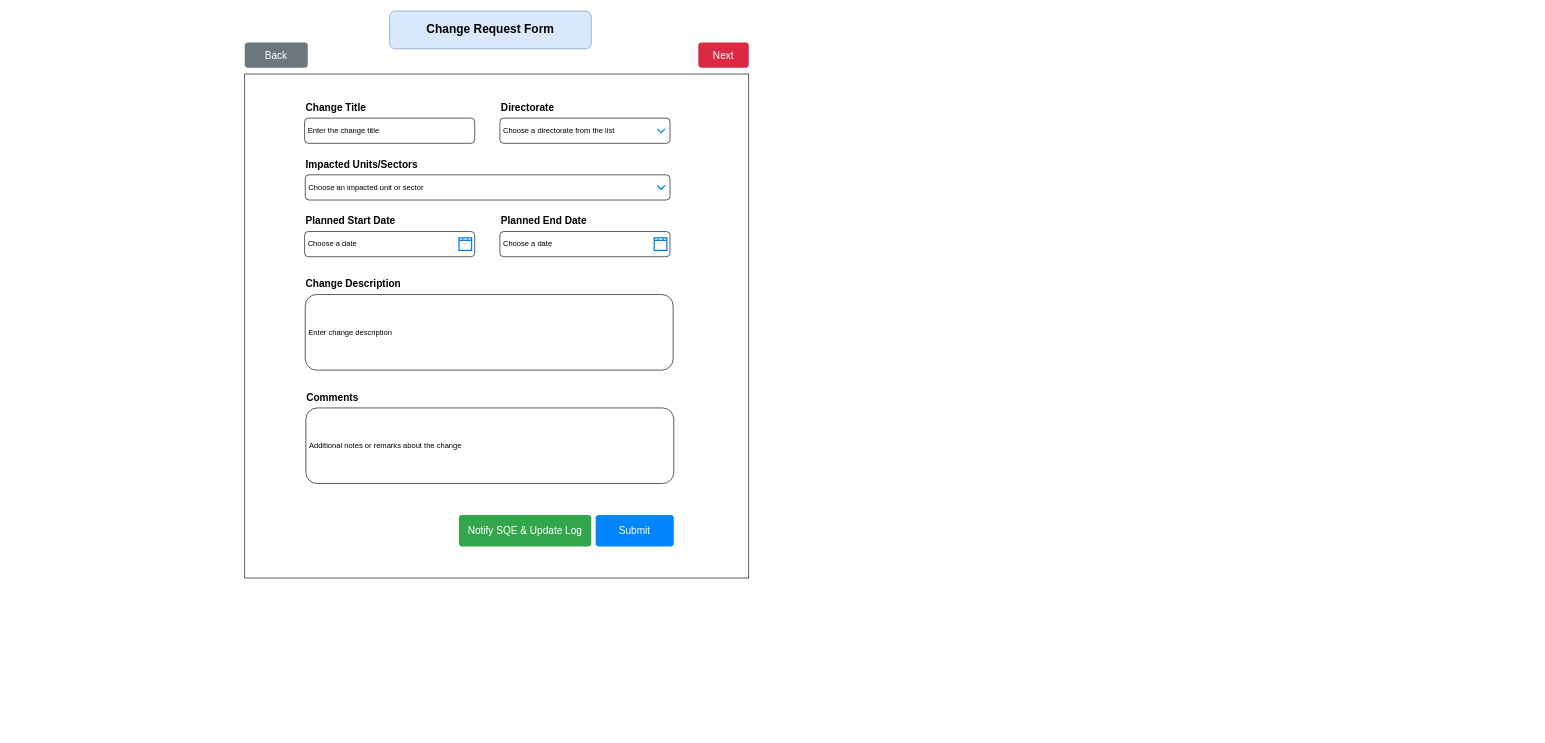
Before: page "Change Request" (2 of 4) of SQE.drawio in AvikM1996/draw.io, a draw.io diagram. Source tidied: cells renumbered, new cells numbered last; positions are measured from the earlier drawing's top-left corner, leaving out a move shared by most shapes. Both pictures are drawn from the tidied source at 63%, with x=0, y=0 at pixel (244, 11).
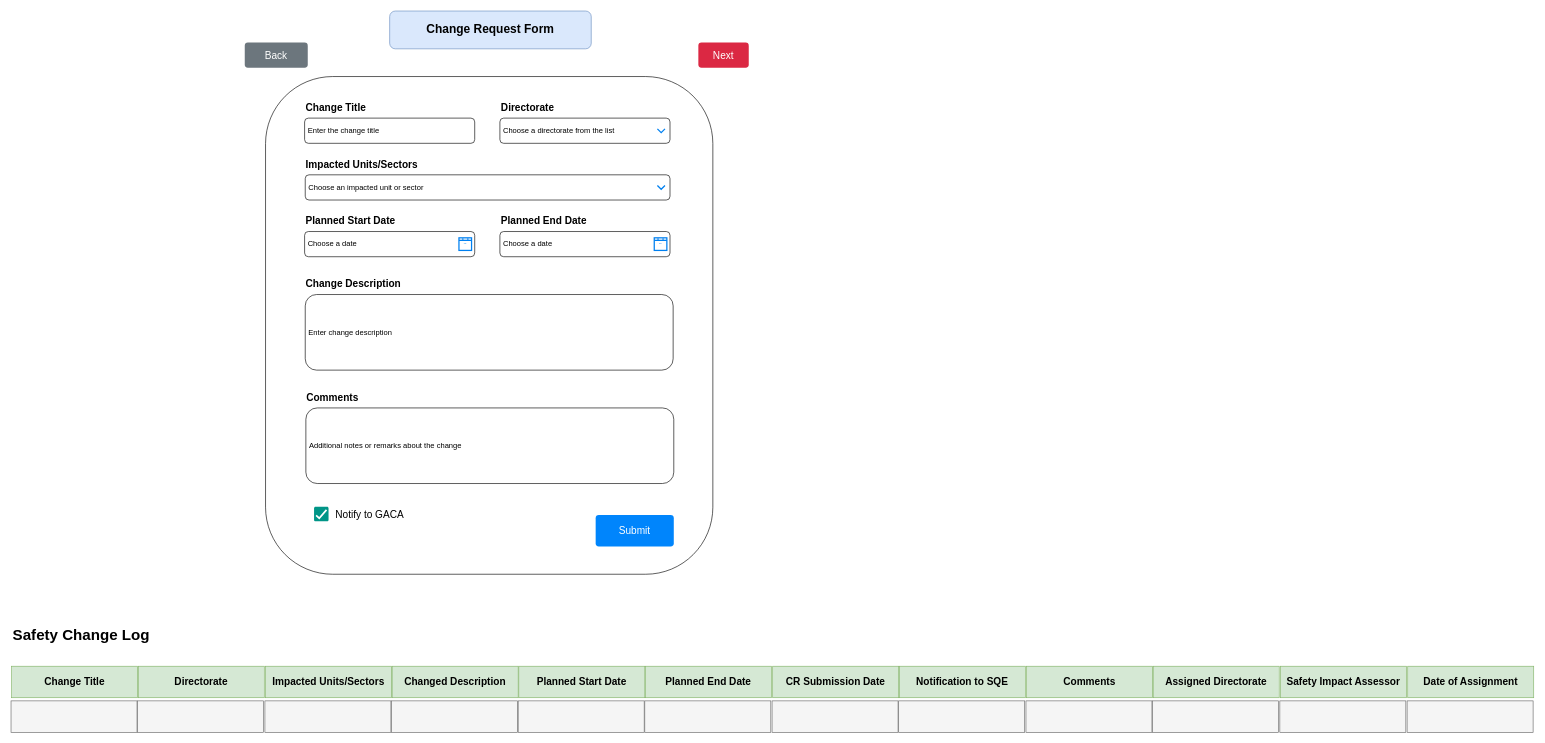
Above is the later version.

What changed in the source:
```diff
@@
-    <mxCell id="2" style="whiteSpace=wrap;html=1;" parent="1" vertex="1">
-      <mxGeometry y="100" width="800" height="800" as="geometry" />
-    </mxCell>
+    <mxCell id="26" style="rounded=1;whiteSpace=wrap;html=1;" parent="1" vertex="1">
+      <mxGeometry x="33" y="104" width="710" height="790" as="geometry" />
+    </mxCell>
@@
-    <mxCell id="22" value="Notify SQE &amp;amp; Update Log" style="html=1;shadow=0;dashed=0;shape=mxgraph.bootstrap.rrect;rSize=5;strokeColor=none;strokeWidth=1;fillColor=#33A64C;fontColor=#FFFFFF;whiteSpace=wrap;align=center;verticalAlign=middle;spacingLeft=0;fontStyle=0;fontSize=16;spacing=5;" parent="1" vertex="1">
-      <mxGeometry x="340" y="800" width="210" height="50" as="geometry" />
-    </mxCell>
@@
+    <mxCell id="27" value="&lt;h1 style=&quot;margin-top: 0px;&quot;&gt;Safety Change Log&lt;/h1&gt;&lt;p&gt;&lt;br&gt;&lt;/p&gt;" style="text;html=1;whiteSpace=wrap;overflow=hidden;rounded=0;" parent="1" vertex="1">
+      <mxGeometry x="-370" y="970" width="780" height="60" as="geometry" />
+    </mxCell>
+    <mxCell id="28" value="&lt;b&gt;&lt;font style=&quot;font-size: 16px;&quot;&gt;Change Title&lt;/font&gt;&lt;/b&gt;" style="rounded=0;whiteSpace=wrap;html=1;fillColor=#d5e8d4;strokeColor=#82b366;" parent="1" vertex="1">
+      <mxGeometry x="-370" y="1040" width="200" height="50" as="geometry" />
+    </mxCell>
+    <mxCell id="29" value="&lt;b&gt;&lt;font style=&quot;font-size: 16px;&quot;&gt;Directorate&lt;/font&gt;&lt;/b&gt;" style="rounded=0;whiteSpace=wrap;html=1;fillColor=#d5e8d4;strokeColor=#82b366;" parent="1" vertex="1">
+      <mxGeometry x="-169" y="1040" width="200" height="50" as="geometry" />
+    </mxCell>
+    <mxCell id="30" value="&lt;b&gt;&lt;font style=&quot;font-size: 16px;&quot;&gt;Impacted Units/Sectors&lt;/font&gt;&lt;/b&gt;" style="rounded=0;whiteSpace=wrap;html=1;fillColor=#d5e8d4;strokeColor=#82b366;" parent="1" vertex="1">
+      <mxGeometry x="33" y="1040" width="200" height="50" as="geometry" />
+    </mxCell>
+    <mxCell id="31" value="&lt;b&gt;&lt;font style=&quot;font-size: 16px;&quot;&gt;Changed Description&lt;/font&gt;&lt;/b&gt;" style="rounded=0;whiteSpace=wrap;html=1;fillColor=#d5e8d4;strokeColor=#82b366;" parent="1" vertex="1">
+      <mxGeometry x="234" y="1040" width="200" height="50" as="geometry" />
+    </mxCell>
+    <mxCell id="32" value="&lt;b&gt;&lt;font style=&quot;font-size: 16px;&quot;&gt;Planned Start Date&lt;/font&gt;&lt;/b&gt;" style="rounded=0;whiteSpace=wrap;html=1;fillColor=#d5e8d4;strokeColor=#82b366;" parent="1" vertex="1">
+      <mxGeometry x="435" y="1040" width="200" height="50" as="geometry" />
+    </mxCell>
+    <mxCell id="33" value="&lt;b&gt;&lt;font style=&quot;font-size: 16px;&quot;&gt;Planned End Date&lt;/font&gt;&lt;/b&gt;" style="rounded=0;whiteSpace=wrap;html=1;fillColor=#d5e8d4;strokeColor=#82b366;" parent="1" vertex="1">
+      <mxGeometry x="636" y="1040" width="200" height="50" as="geometry" />
+    </mxCell>
+    <mxCell id="34" value="&lt;b&gt;&lt;font style=&quot;font-size: 16px;&quot;&gt;CR Submission Date&lt;/font&gt;&lt;/b&gt;" style="rounded=0;whiteSpace=wrap;html=1;fillColor=#d5e8d4;strokeColor=#82b366;" parent="1" vertex="1">
+      <mxGeometry x="838" y="1040" width="200" height="50" as="geometry" />
+    </mxCell>
+    <mxCell id="35" value="&lt;b&gt;&lt;font style=&quot;font-size: 16px;&quot;&gt;Notification to SQE&lt;/font&gt;&lt;/b&gt;" style="rounded=0;whiteSpace=wrap;html=1;fillColor=#d5e8d4;strokeColor=#82b366;" parent="1" vertex="1">
+      <mxGeometry x="1039" y="1040" width="200" height="50" as="geometry" />
+    </mxCell>
+    <mxCell id="36" value="&lt;b&gt;&lt;font style=&quot;font-size: 16px;&quot;&gt;Comments&lt;/font&gt;&lt;/b&gt;" style="rounded=0;whiteSpace=wrap;html=1;fillColor=#d5e8d4;strokeColor=#82b366;" parent="1" vertex="1">
+      <mxGeometry x="1241" y="1040" width="200" height="50" as="geometry" />
+    </mxCell>
+    <mxCell id="37" style="dashed=0;labelPosition=right;align=left;shape=mxgraph.gmdl.checkbox;strokeColor=none;fillColor=#009587;strokeWidth=2;sketch=0;html=1;" parent="1" vertex="1">
+      <mxGeometry x="110" y="787" width="23" height="23" as="geometry" />
+    </mxCell>
+    <mxCell id="38" value="&lt;font style=&quot;font-size: 16px;&quot;&gt;Notify to GACA&lt;/font&gt;" style="text;html=1;align=center;verticalAlign=middle;strokeColor=none;fillColor=none;" parent="1" vertex="1">
+      <mxGeometry x="133" y="783.5" width="130" height="30" as="geometry" />
+    </mxCell>
+    <mxCell id="39" value="&lt;b&gt;&lt;font style=&quot;font-size: 16px;&quot;&gt;Assigned Directorate&lt;/font&gt;&lt;/b&gt;" style="rounded=0;whiteSpace=wrap;html=1;fillColor=#d5e8d4;strokeColor=#82b366;" parent="1" vertex="1">
+      <mxGeometry x="1442" y="1040" width="200" height="50" as="geometry" />
+    </mxCell>
+    <mxCell id="40" value="&lt;b&gt;&lt;font style=&quot;font-size: 16px;&quot;&gt;Safety Impact Assessor&lt;/font&gt;&lt;/b&gt;" style="rounded=0;whiteSpace=wrap;html=1;fillColor=#d5e8d4;strokeColor=#82b366;" parent="1" vertex="1">
+      <mxGeometry x="1644" y="1040" width="200" height="50" as="geometry" />
+    </mxCell>
+    <mxCell id="41" value="&lt;b&gt;&lt;font style=&quot;font-size: 16px;&quot;&gt;Date of Assignment&lt;/font&gt;&lt;/b&gt;" style="rounded=0;whiteSpace=wrap;html=1;fillColor=#d5e8d4;strokeColor=#82b366;" parent="1" vertex="1">
+      <mxGeometry x="1846" y="1040" width="200" height="50" as="geometry" />
+    </mxCell>
+    <mxCell id="42" style="rounded=0;whiteSpace=wrap;html=1;fillColor=#f5f5f5;strokeColor=#666666;fontColor=#333333;" parent="1" vertex="1">
+      <mxGeometry x="-371" y="1095" width="200" height="50" as="geometry" />
+    </mxCell>
+    <mxCell id="43" style="rounded=0;whiteSpace=wrap;html=1;fillColor=#f5f5f5;strokeColor=#666666;fontColor=#333333;" parent="1" vertex="1">
+      <mxGeometry x="-170" y="1095" width="200" height="50" as="geometry" />
+    </mxCell>
+    <mxCell id="44" style="rounded=0;whiteSpace=wrap;html=1;fillColor=#f5f5f5;strokeColor=#666666;fontColor=#333333;" parent="1" vertex="1">
+      <mxGeometry x="32" y="1095" width="200" height="50" as="geometry" />
+    </mxCell>
+    <mxCell id="45" style="rounded=0;whiteSpace=wrap;html=1;fillColor=#f5f5f5;strokeColor=#666666;fontColor=#333333;" parent="1" vertex="1">
+      <mxGeometry x="233" y="1095" width="200" height="50" as="geometry" />
+    </mxCell>
+    <mxCell id="46" style="rounded=0;whiteSpace=wrap;html=1;fillColor=#f5f5f5;strokeColor=#666666;fontColor=#333333;" parent="1" vertex="1">
+      <mxGeometry x="434" y="1095" width="200" height="50" as="geometry" />
+    </mxCell>
+    <mxCell id="47" style="rounded=0;whiteSpace=wrap;html=1;fillColor=#f5f5f5;strokeColor=#666666;fontColor=#333333;" parent="1" vertex="1">
+      <mxGeometry x="635" y="1095" width="200" height="50" as="geometry" />
+    </mxCell>
+    <mxCell id="48" style="rounded=0;whiteSpace=wrap;html=1;fillColor=#f5f5f5;strokeColor=#666666;fontColor=#333333;" parent="1" vertex="1">
+      <mxGeometry x="837" y="1095" width="200" height="50" as="geometry" />
+    </mxCell>
+    <mxCell id="49" style="rounded=0;whiteSpace=wrap;html=1;fillColor=#f5f5f5;strokeColor=#666666;fontColor=#333333;" parent="1" vertex="1">
+      <mxGeometry x="1038" y="1095" width="200" height="50" as="geometry" />
+    </mxCell>
+    <mxCell id="50" style="rounded=0;whiteSpace=wrap;html=1;fillColor=#f5f5f5;strokeColor=#666666;fontColor=#333333;" parent="1" vertex="1">
+      <mxGeometry x="1240" y="1095" width="200" height="50" as="geometry" />
+    </mxCell>
+    <mxCell id="51" style="rounded=0;whiteSpace=wrap;html=1;fillColor=#f5f5f5;strokeColor=#666666;fontColor=#333333;" parent="1" vertex="1">
+      <mxGeometry x="1441" y="1095" width="200" height="50" as="geometry" />
+    </mxCell>
+    <mxCell id="52" style="rounded=0;whiteSpace=wrap;html=1;fillColor=#f5f5f5;strokeColor=#666666;fontColor=#333333;" parent="1" vertex="1">
+      <mxGeometry x="1643" y="1095" width="200" height="50" as="geometry" />
+    </mxCell>
+    <mxCell id="53" style="rounded=0;whiteSpace=wrap;html=1;fillColor=#f5f5f5;strokeColor=#666666;fontColor=#333333;" parent="1" vertex="1">
+      <mxGeometry x="1845" y="1095" width="200" height="50" as="geometry" />
+    </mxCell>
```
